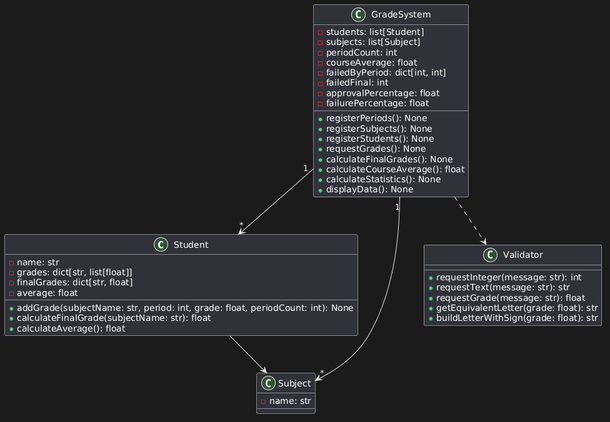
Before: diagrams/classDiagram.png, a diagram exported from PlantUML (juanjosegf7/sistema-de-notas).
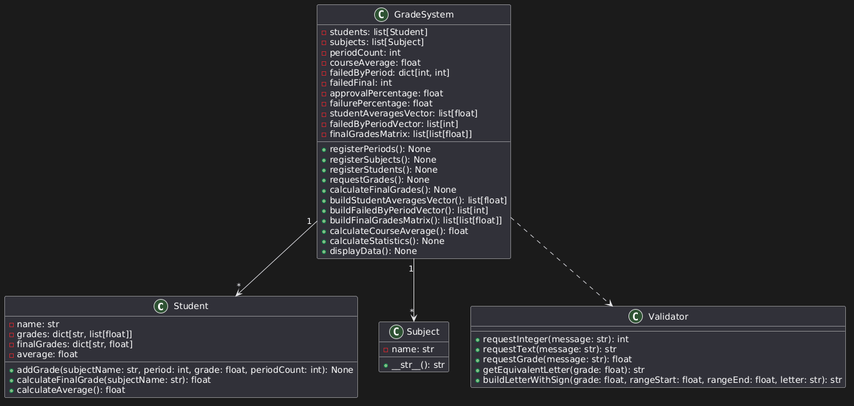
After the commit.

Change to the diagram source:
```diff
@@ -11,6 +11,7 @@
 
 class Subject {
   - name: str
+  + __str__(): str
 }
 
 class GradeSystem {
@@ -22,11 +23,17 @@
   - failedFinal: int
   - approvalPercentage: float
   - failurePercentage: float
+  - studentAveragesVector: list[float]
+  - failedByPeriodVector: list[int]
+  - finalGradesMatrix: list[list[float]]
   + registerPeriods(): None
   + registerSubjects(): None
   + registerStudents(): None
   + requestGrades(): None
   + calculateFinalGrades(): None
+  + buildStudentAveragesVector(): list[float]
+  + buildFailedByPeriodVector(): list[int]
+  + buildFinalGradesMatrix(): list[list[float]]
   + calculateCourseAverage(): float
   + calculateStatistics(): None
   + displayData(): None
@@ -37,11 +44,10 @@
   + requestText(message: str): str
   + requestGrade(message: str): float
   + getEquivalentLetter(grade: float): str
-  + buildLetterWithSign(grade: float): str
+  + buildLetterWithSign(grade: float, rangeStart: float, rangeEnd: float, letter: str): str
 }
 
 GradeSystem "1" --> "*" Student
 GradeSystem "1" --> "*" Subject
-Student --> Subject
 GradeSystem ..> Validator
 @enduml
```
